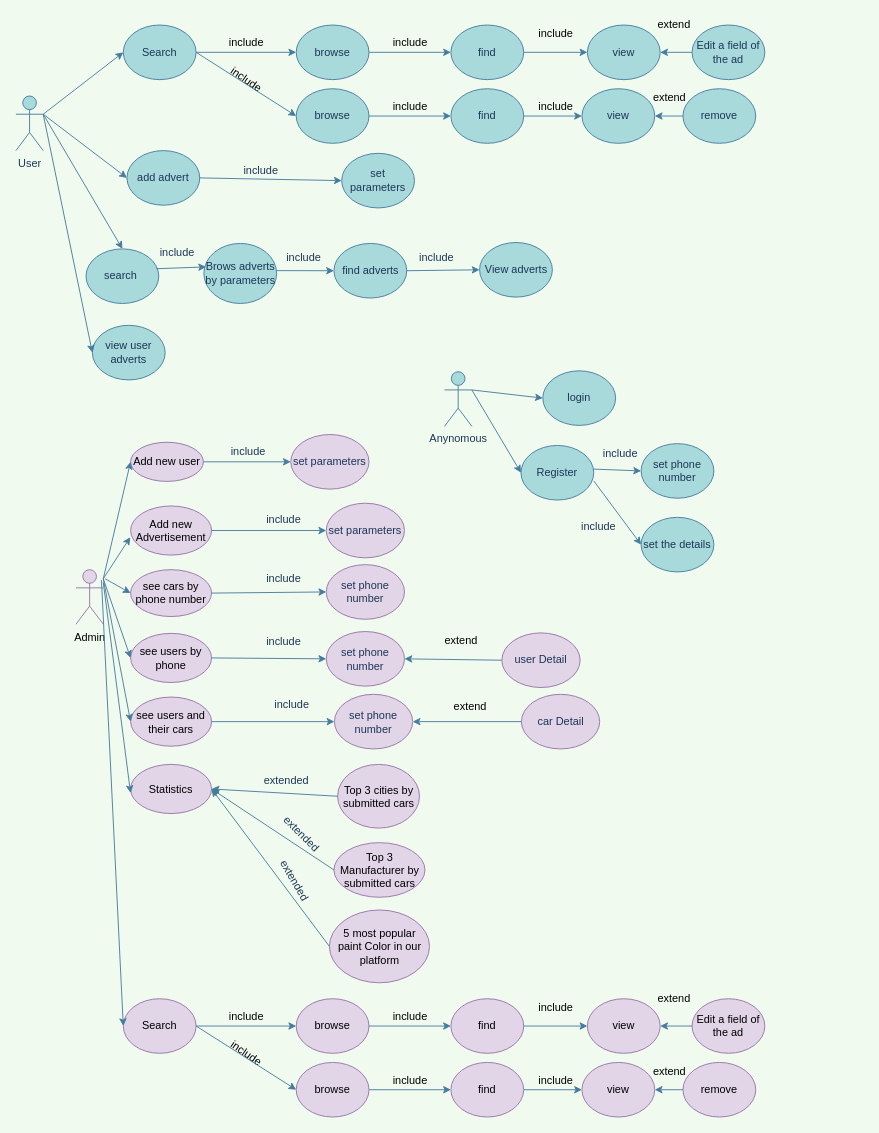
Before: Untitled Diagram.drawio in kamran-mehravar/Large-scale-and-Multi-structured-Databases-Project, a draw.io diagram. Source tidied: cells renumbered, new cells numbered last; positions are measured from the earlier drawing's top-left corner, leaving out a move shared by most shapes. Both pictures are drawn from the tidied source at 91%, with x=0, y=0 at pixel (15, 15).
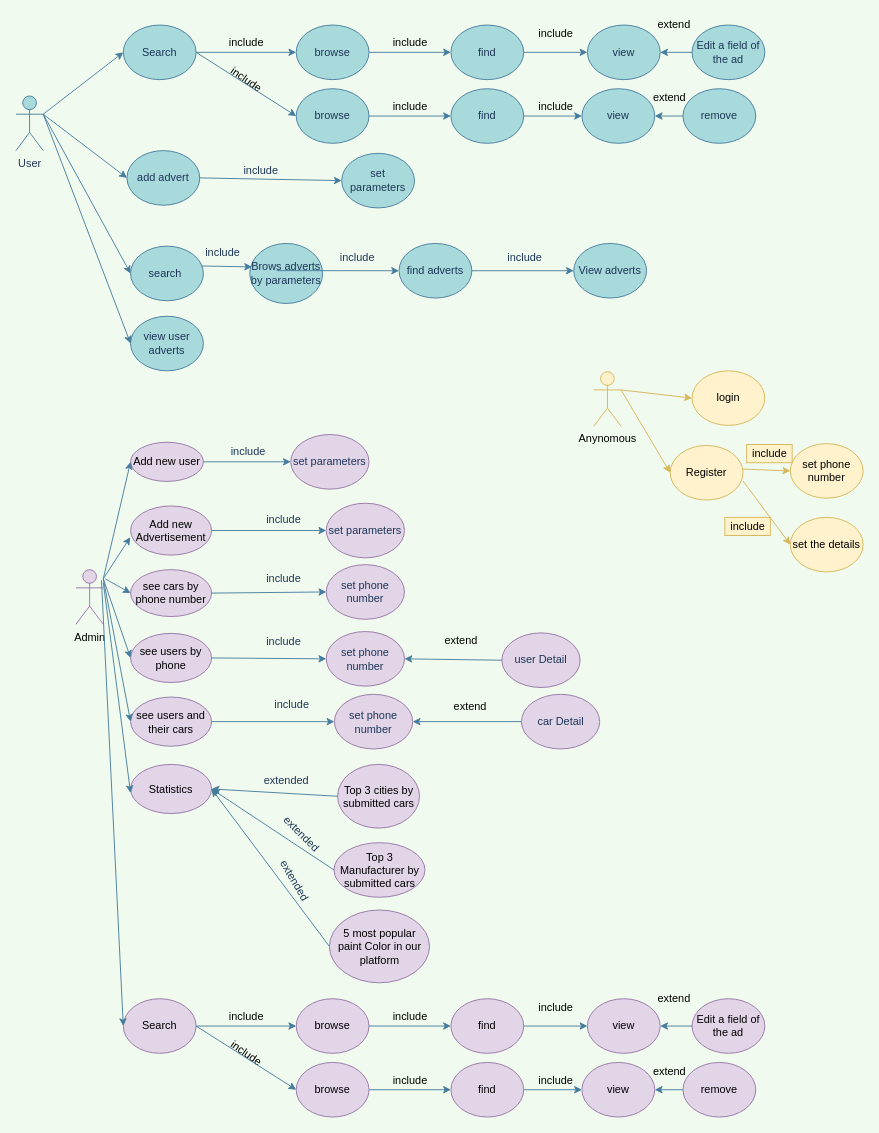
The same diagram, later.

The change refers to these unchanged cells:
```xml
<mxCell id="2" value="User" style="shape=umlActor;verticalLabelPosition=bottom;verticalAlign=top;html=1;outlineConnect=0;fillColor=#A8DADC;strokeColor=#457B9D;fontColor=#1D3557;" parent="1" vertex="1">
  <mxGeometry y="88" width="30" height="60" as="geometry" />
</mxCell>
```

Diff of the diagram source:
```diff
@@
-    <mxCell id="9" value="Register" style="ellipse;whiteSpace=wrap;html=1;fillColor=#A8DADC;strokeColor=#457B9D;fontColor=#1D3557;" parent="1" vertex="1">
-      <mxGeometry x="555" y="472" width="80" height="60" as="geometry" />
+    <mxCell id="9" value="Register" style="ellipse;whiteSpace=wrap;html=1;fillColor=#fff2cc;strokeColor=#d6b656;" parent="1" vertex="1">
+      <mxGeometry x="719" y="472" width="80" height="60" as="geometry" />
     </mxCell>
@@
     <mxCell id="11" value="search&amp;nbsp;" style="ellipse;whiteSpace=wrap;html=1;fillColor=#A8DADC;strokeColor=#457B9D;fontColor=#1D3557;" parent="1" vertex="1">
-      <mxGeometry x="77" y="256" width="80" height="60" as="geometry" />
+      <mxGeometry x="126" y="253" width="80" height="60" as="geometry" />
     </mxCell>
@@
-    <mxCell id="14" style="endArrow=classic;html=1;exitX=1;exitY=0.3333333333333333;exitDx=0;exitDy=0;entryX=0.5;entryY=0;entryDx=0;entryDy=0;labelBackgroundColor=#F1FAEE;strokeColor=#457B9D;fontColor=#1D3557;exitPerimeter=0;" parent="1" edge="1" source="2" target="11">
+    <mxCell id="14" style="endArrow=classic;html=1;exitX=1;exitY=0.3333333333333333;exitDx=0;exitDy=0;entryX=0;entryY=0.5;entryDx=0;entryDy=0;labelBackgroundColor=#F1FAEE;strokeColor=#457B9D;fontColor=#1D3557;exitPerimeter=0;" parent="1" edge="1" source="2" target="11">
       <mxGeometry relative="1" as="geometry" />
     </mxCell>
-    <mxCell id="15" style="endArrow=classic;html=1;labelBackgroundColor=#F1FAEE;strokeColor=#457B9D;fontColor=#1D3557;entryX=0;entryY=0.5;entryDx=0;entryDy=0;exitX=1;exitY=0.3333333333333333;exitDx=0;exitDy=0;exitPerimeter=0;" parent="1" edge="1" source="78" target="79">
+    <mxCell id="15" style="endArrow=classic;html=1;labelBackgroundColor=#F1FAEE;strokeColor=#d6b656;fontColor=#1D3557;entryX=0;entryY=0.5;entryDx=0;entryDy=0;exitX=1;exitY=0.3333333333333333;exitDx=0;exitDy=0;exitPerimeter=0;fillColor=#fff2cc;" parent="1" edge="1" source="78" target="79">
       <mxGeometry relative="1" as="geometry" />
     </mxCell>
@@
     <mxCell id="21" value="include" style="text;html=1;align=center;verticalAlign=middle;strokeColor=none;rotation=0;fontColor=#1D3557;" parent="1" vertex="1">
-      <mxGeometry x="152" y="250" width="50" height="20" as="geometry" />
+      <mxGeometry x="202" y="250" width="50" height="20" as="geometry" />
     </mxCell>
     <mxCell id="22" value="Brows adverts by parameters" style="ellipse;whiteSpace=wrap;html=1;fillColor=#A8DADC;strokeColor=#457B9D;fontColor=#1D3557;" parent="1" vertex="1">
-      <mxGeometry x="206.5" y="250" width="80" height="66" as="geometry" />
+      <mxGeometry x="257" y="250" width="80" height="66" as="geometry" />
     </mxCell>
     <mxCell id="23" value="find adverts" style="ellipse;whiteSpace=wrap;html=1;fillColor=#A8DADC;strokeColor=#457B9D;fontColor=#1D3557;" parent="1" vertex="1">
-      <mxGeometry x="349.5" y="250" width="80" height="60" as="geometry" />
+      <mxGeometry x="421" y="250" width="80" height="60" as="geometry" />
     </mxCell>
@@
     <mxCell id="25" value="include" style="text;html=1;align=center;verticalAlign=middle;strokeColor=none;rotation=0;fontColor=#1D3557;" parent="1" vertex="1">
-      <mxGeometry x="290.5" y="256" width="50" height="20" as="geometry" />
+      <mxGeometry x="350" y="256" width="50" height="20" as="geometry" />
     </mxCell>
@@
     <mxCell id="28" value="View adverts" style="ellipse;whiteSpace=wrap;html=1;fillColor=#A8DADC;strokeColor=#457B9D;fontColor=#1D3557;" parent="1" vertex="1">
-      <mxGeometry x="509.5" y="249" width="80" height="60" as="geometry" />
+      <mxGeometry x="613" y="250" width="80" height="60" as="geometry" />
     </mxCell>
@@
-    <mxCell id="30" value="set&amp;nbsp;phone number" style="ellipse;whiteSpace=wrap;html=1;fillColor=#A8DADC;strokeColor=#457B9D;fontColor=#1D3557;" parent="1" vertex="1">
-      <mxGeometry x="687" y="470" width="80" height="60" as="geometry" />
+    <mxCell id="30" value="set&amp;nbsp;phone number" style="ellipse;whiteSpace=wrap;html=1;fillColor=#fff2cc;strokeColor=#d6b656;" parent="1" vertex="1">
+      <mxGeometry x="851" y="470" width="80" height="60" as="geometry" />
     </mxCell>
-    <mxCell id="31" style="endArrow=classic;html=1;labelBackgroundColor=#F1FAEE;strokeColor=#457B9D;fontColor=#1D3557;exitX=1;exitY=0.5;exitDx=0;exitDy=0;entryX=0;entryY=0.5;entryDx=0;entryDy=0;" parent="1" edge="1" target="30">
+    <mxCell id="31" style="endArrow=classic;html=1;labelBackgroundColor=#F1FAEE;strokeColor=#d6b656;fontColor=#1D3557;exitX=1;exitY=0.5;exitDx=0;exitDy=0;entryX=0;entryY=0.5;entryDx=0;entryDy=0;fillColor=#fff2cc;" parent="1" edge="1" target="30">
       <mxGeometry relative="1" as="geometry">
-        <mxPoint x="635" y="498" as="sourcePoint" />
+        <mxPoint x="799" y="498" as="sourcePoint" />
       </mxGeometry>
     </mxCell>
-    <mxCell id="32" value="include" style="text;html=1;align=center;verticalAlign=middle;strokeColor=none;rotation=0;fontColor=#1D3557;" parent="1" vertex="1">
-      <mxGeometry x="639" y="471" width="50" height="20" as="geometry" />
+    <mxCell id="32" value="include" style="text;html=1;align=center;verticalAlign=middle;strokeColor=#d6b656;rotation=0;fillColor=#fff2cc;" parent="1" vertex="1">
+      <mxGeometry x="803" y="471" width="50" height="20" as="geometry" />
     </mxCell>
-    <mxCell id="33" value="set the details" style="ellipse;whiteSpace=wrap;html=1;fillColor=#A8DADC;strokeColor=#457B9D;fontColor=#1D3557;" parent="1" vertex="1">
-      <mxGeometry x="687" y="551" width="80" height="60" as="geometry" />
+    <mxCell id="33" value="set the details" style="ellipse;whiteSpace=wrap;html=1;fillColor=#fff2cc;strokeColor=#d6b656;" parent="1" vertex="1">
+      <mxGeometry x="851" y="551" width="80" height="60" as="geometry" />
     </mxCell>
-    <mxCell id="34" value="include" style="text;html=1;align=center;verticalAlign=middle;strokeColor=none;rotation=0;fontColor=#1D3557;" parent="1" vertex="1">
-      <mxGeometry x="615" y="551" width="50" height="20" as="geometry" />
+    <mxCell id="34" value="include" style="text;html=1;align=center;verticalAlign=middle;strokeColor=#d6b656;rotation=0;fillColor=#fff2cc;" parent="1" vertex="1">
+      <mxGeometry x="779" y="551" width="50" height="20" as="geometry" />
     </mxCell>
-    <mxCell id="35" style="endArrow=classic;html=1;entryX=0;entryY=0.5;entryDx=0;entryDy=0;labelBackgroundColor=#F1FAEE;strokeColor=#457B9D;fontColor=#1D3557;" parent="1" edge="1" target="33">
+    <mxCell id="35" style="endArrow=classic;html=1;entryX=0;entryY=0.5;entryDx=0;entryDy=0;labelBackgroundColor=#F1FAEE;strokeColor=#d6b656;fontColor=#1D3557;fillColor=#fff2cc;" parent="1" edge="1" target="33">
       <mxGeometry relative="1" as="geometry">
-        <mxPoint x="635" y="511" as="sourcePoint" />
+        <mxPoint x="799" y="511" as="sourcePoint" />
       </mxGeometry>
     </mxCell>
@@
     <mxCell id="77" value="include" style="text;html=1;align=center;verticalAlign=middle;strokeColor=none;rotation=0;fontColor=#1D3557;" parent="1" vertex="1">
-      <mxGeometry x="436.5" y="256" width="50" height="20" as="geometry" />
+      <mxGeometry x="534" y="256" width="50" height="20" as="geometry" />
     </mxCell>
-    <mxCell id="78" value="Anynomous" style="shape=umlActor;verticalLabelPosition=bottom;verticalAlign=top;html=1;outlineConnect=0;fillColor=#A8DADC;strokeColor=#457B9D;fontColor=#1D3557;" parent="1" vertex="1">
-      <mxGeometry x="471" y="391" width="30" height="60" as="geometry" />
+    <mxCell id="78" value="Anynomous" style="shape=umlActor;verticalLabelPosition=bottom;verticalAlign=top;html=1;outlineConnect=0;fillColor=#fff2cc;strokeColor=#d6b656;" parent="1" vertex="1">
+      <mxGeometry x="635" y="391" width="30" height="60" as="geometry" />
     </mxCell>
-    <mxCell id="79" value="login" style="ellipse;whiteSpace=wrap;html=1;fillColor=#A8DADC;strokeColor=#457B9D;fontColor=#1D3557;" parent="1" vertex="1">
-      <mxGeometry x="579" y="390" width="80" height="60" as="geometry" />
+    <mxCell id="79" value="login" style="ellipse;whiteSpace=wrap;html=1;fillColor=#fff2cc;strokeColor=#d6b656;" parent="1" vertex="1">
+      <mxGeometry x="743" y="390" width="80" height="60" as="geometry" />
     </mxCell>
-    <mxCell id="80" style="endArrow=classic;html=1;labelBackgroundColor=#F1FAEE;strokeColor=#457B9D;fontColor=#1D3557;entryX=0;entryY=0.5;entryDx=0;entryDy=0;exitX=1;exitY=0.3333333333333333;exitDx=0;exitDy=0;exitPerimeter=0;" parent="1" edge="1" source="78" target="9">
+    <mxCell id="80" style="endArrow=classic;html=1;labelBackgroundColor=#F1FAEE;strokeColor=#d6b656;fontColor=#1D3557;entryX=0;entryY=0.5;entryDx=0;entryDy=0;exitX=1;exitY=0.3333333333333333;exitDx=0;exitDy=0;exitPerimeter=0;fillColor=#fff2cc;" parent="1" edge="1" source="78" target="9">
       <mxGeometry relative="1" as="geometry" />
     </mxCell>
     <mxCell id="81" value="view user adverts" style="ellipse;whiteSpace=wrap;html=1;fillColor=#A8DADC;strokeColor=#457B9D;fontColor=#1D3557;" parent="1" vertex="1">
-      <mxGeometry x="84" y="340" width="80" height="60" as="geometry" />
+      <mxGeometry x="126" y="330" width="80" height="60" as="geometry" />
     </mxCell>
```
